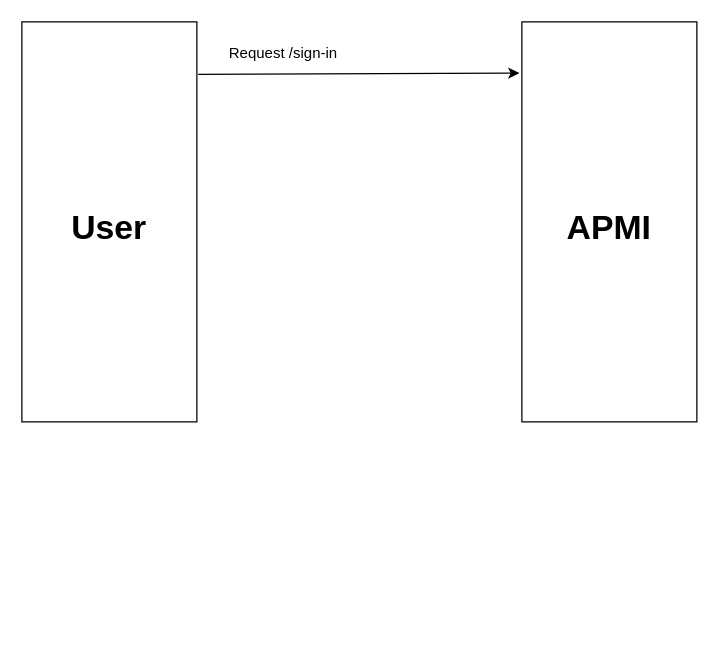
Above: Untitled Diagram.drawio in NguyenMinh1912/classdiagram (draw.io), before the change. Source tidied: cells renumbered, new cells numbered last; positions are measured from the earlier drawing's top-left corner, leaving out a move shared by most shapes. Both pictures are drawn from the tidied source at 125%, with x=0, y=0 at pixel (21, 21).
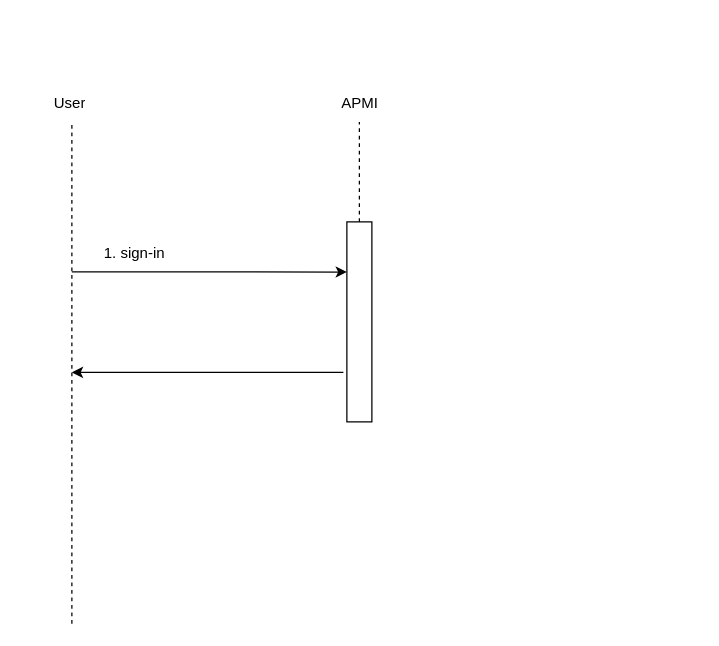
After the change.

Diff of the diagram source:
```diff
@@
 <mxGraphModel>
   <root>
     <mxCell id="0" />
     <mxCell id="1" parent="0" />
-    <mxCell id="2" style="rounded=0;whiteSpace=wrap;html=1;" parent="1" vertex="1">
-      <mxGeometry x="400" width="140" height="320" as="geometry" />
-    </mxCell>
+    <mxCell id="8" style="endArrow=none;dashed=1;html=1;rounded=0;" parent="1" edge="1">
+      <mxGeometry relative="1" as="geometry">
+        <mxPoint x="40" y="481.4" as="sourcePoint" />
+        <mxPoint x="40" y="80" as="targetPoint" />
+      </mxGeometry>
+    </mxCell>
+    <mxCell id="5" value="User" style="text;strokeColor=none;fillColor=none;align=left;verticalAlign=middle;spacingLeft=4;spacingRight=4;overflow=hidden;whiteSpace=wrap;html=1;" parent="1" vertex="1">
+      <mxGeometry x="20" y="50" width="40" height="30" as="geometry" />
+    </mxCell>
+    <mxCell id="9" style="endArrow=none;dashed=1;html=1;rounded=0;" parent="1" edge="1">
+      <mxGeometry relative="1" as="geometry">
+        <mxPoint x="270" y="160" as="sourcePoint" />
+        <mxPoint x="270" y="80" as="targetPoint" />
+      </mxGeometry>
+    </mxCell>
-    <mxCell id="3" value="APMI" style="text;html=1;strokeColor=none;fillColor=none;align=center;verticalAlign=middle;whiteSpace=wrap;rounded=0;fontSize=27;fontStyle=1;" parent="1" vertex="1">
-      <mxGeometry x="430" y="140" width="80" height="50" as="geometry" />
+    <mxCell id="3" value="APMI" style="text;strokeColor=none;fillColor=none;align=left;verticalAlign=middle;spacingLeft=4;spacingRight=4;overflow=hidden;whiteSpace=wrap;html=1;" parent="1" vertex="1">
+      <mxGeometry x="250" y="50" width="40" height="30" as="geometry" />
     </mxCell>
-    <mxCell id="4" style="rounded=0;whiteSpace=wrap;html=1;" parent="1" vertex="1">
-      <mxGeometry width="140" height="320" as="geometry" />
-    </mxCell>
-    <mxCell id="5" value="User" style="text;html=1;strokeColor=none;fillColor=none;align=center;verticalAlign=middle;whiteSpace=wrap;rounded=0;fontSize=27;fontStyle=1;" parent="1" vertex="1">
-      <mxGeometry x="30" y="140" width="80" height="50" as="geometry" />
-    </mxCell>
-    <mxCell id="6" style="endArrow=classic;html=1;rounded=0;exitX=1.007;exitY=0.131;exitDx=0;exitDy=0;exitPerimeter=0;entryX=-0.014;entryY=0.128;entryDx=0;entryDy=0;entryPerimeter=0;" parent="1" edge="1" source="4" target="2">
-      <mxGeometry relative="1" as="geometry" />
-    </mxCell>
-    <mxCell id="7" value="Request&amp;nbsp;/sign-in" style="text;strokeColor=none;fillColor=none;align=left;verticalAlign=middle;spacingLeft=4;spacingRight=4;overflow=hidden;whiteSpace=wrap;html=1;" parent="1" vertex="1">
-      <mxGeometry x="160" y="10" width="130" height="30" as="geometry" />
-    </mxCell>
+    <mxCell id="10" style="endArrow=classic;html=1;rounded=0;entryX=0;entryY=0.097;entryDx=0;entryDy=0;entryPerimeter=0;" parent="1" edge="1">
+      <mxGeometry relative="1" as="geometry">
+        <mxPoint x="40" y="200" as="sourcePoint" />
+        <mxPoint x="260" y="200.1" as="targetPoint" />
+      </mxGeometry>
+    </mxCell>
+    <mxCell id="11" value="1. sign-in" style="text;strokeColor=none;fillColor=none;align=left;verticalAlign=middle;spacingLeft=4;spacingRight=4;overflow=hidden;whiteSpace=wrap;html=1;" parent="1" vertex="1">
+      <mxGeometry x="60" y="170" width="80" height="30" as="geometry" />
+    </mxCell>
+    <mxCell id="12" style="endArrow=classic;html=1;rounded=0;exitX=-0.14;exitY=0.356;exitDx=0;exitDy=0;exitPerimeter=0;entryX=0.998;entryY=0.356;entryDx=0;entryDy=0;entryPerimeter=0;" parent="1" edge="1">
+      <mxGeometry relative="1" as="geometry">
+        <mxPoint x="257.2" y="280.4" as="sourcePoint" />
+        <mxPoint x="40" y="280.4" as="targetPoint" />
+      </mxGeometry>
+    </mxCell>
+    <mxCell id="13" style="rounded=0;whiteSpace=wrap;html=1;" parent="1" vertex="1">
+      <mxGeometry x="260" y="160" width="20" height="160" as="geometry" />
+    </mxCell>
   </root>
 </mxGraphModel>
```
